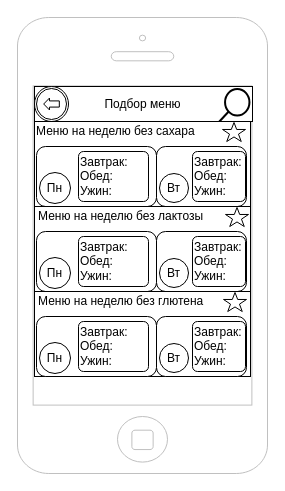
This is page "Page-4" (5 of 7) of Untitled Diagram.drawio from Sans321/jojo, a draw.io file, before an edit. Source tidied: cells renumbered, new cells numbered last; positions are measured from the earlier drawing's top-left corner, leaving out a move shared by most shapes. Both pictures are drawn from the tidied source at 100%, with x=0, y=0 at pixel (17, 17).
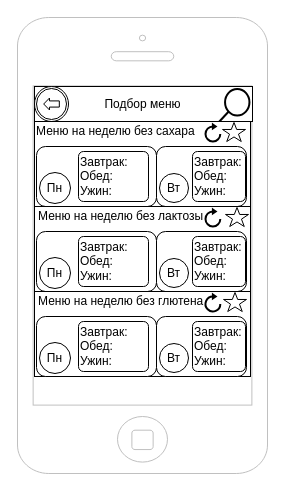
Above is the later version.

The edit, as a diff of the source:
```diff
@@
-    <mxCell id="32" style="verticalLabelPosition=bottom;verticalAlign=top;html=1;shape=mxgraph.basic.star;strokeColor=#000000;" parent="1" vertex="1">
+    <mxCell id="32" style="verticalLabelPosition=bottom;verticalAlign=top;html=1;shape=mxgraph.basic.star;" parent="1" vertex="1">
       <mxGeometry x="208" y="190" width="23" height="19" as="geometry" />
     </mxCell>
@@
+    <mxCell id="34" style="html=1;verticalLabelPosition=bottom;align=center;labelBackgroundColor=#ffffff;verticalAlign=top;strokeWidth=2;shadow=0;dashed=0;shape=mxgraph.ios7.icons.reload;" parent="1" vertex="1">
+      <mxGeometry x="188" y="107" width="14.8" height="17" as="geometry" />
+    </mxCell>
+    <mxCell id="35" style="html=1;verticalLabelPosition=bottom;align=center;labelBackgroundColor=#ffffff;verticalAlign=top;strokeWidth=2;shadow=0;dashed=0;shape=mxgraph.ios7.icons.reload;" parent="1" vertex="1">
+      <mxGeometry x="188" y="192" width="14.8" height="17" as="geometry" />
+    </mxCell>
+    <mxCell id="36" style="html=1;verticalLabelPosition=bottom;align=center;labelBackgroundColor=#ffffff;verticalAlign=top;strokeWidth=2;shadow=0;dashed=0;shape=mxgraph.ios7.icons.reload;" parent="1" vertex="1">
+      <mxGeometry x="188" y="277" width="14.8" height="17" as="geometry" />
+    </mxCell>
```
